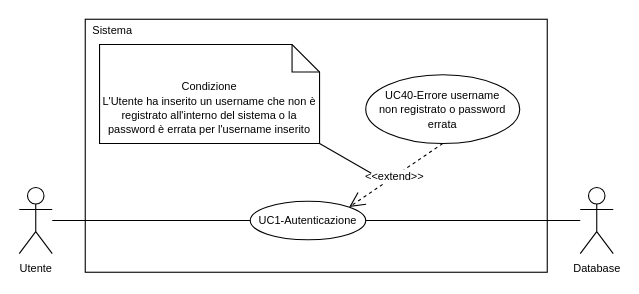
Above: 2-RTB/Documenti_esterni/Analisi_dei_requisiti/draw.io/UC1.drawio in SnakeByteTeam/snakebyteteam.github.io (draw.io), before the change. Source tidied: cells renumbered, new cells numbered last; positions are measured from the earlier drawing's top-left corner, leaving out a move shared by most shapes. Both pictures are drawn from the tidied source at 110%, with x=0, y=0 at pixel (19, 19).
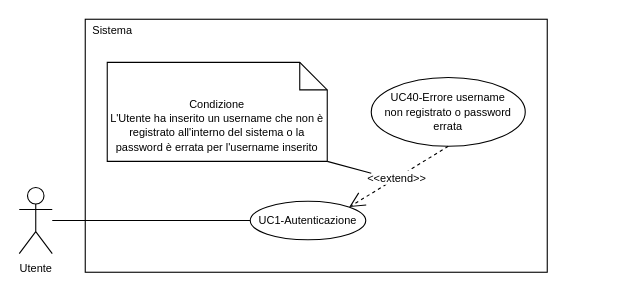
The same page after the edit.

Change to the diagram source:
```diff
@@
 <mxGraphModel>
   <root>
     <mxCell id="0" />
     <mxCell id="1" parent="0" />
     <mxCell id="2" value="&lt;div style=&quot;line-height: 100%;&quot;&gt;&lt;div&gt;&lt;font style=&quot;font-size: 10px; line-height: 100%;&quot;&gt;Utente&lt;/font&gt;&lt;/div&gt;&lt;/div&gt;" style="shape=umlActor;verticalLabelPosition=bottom;verticalAlign=top;html=1;outlineConnect=0;" parent="1" vertex="1">
       <mxGeometry y="153" width="30" height="60" as="geometry" />
     </mxCell>
     <mxCell id="3" style="rounded=0;whiteSpace=wrap;html=1;" parent="1" vertex="1">
       <mxGeometry x="60" width="420" height="230" as="geometry" />
     </mxCell>
     <mxCell id="4" style="rounded=0;jettySize=auto;html=1;exitX=0;exitY=0.5;exitDx=0;exitDy=0;endArrow=none;endFill=0;" parent="1" edge="1" source="5" target="2">
       <mxGeometry relative="1" as="geometry" />
     </mxCell>
     <mxCell id="5" value="&lt;div style=&quot;line-height: 140%;&quot;&gt;&lt;font style=&quot;font-size: 10px; line-height: 100%;&quot;&gt;UC1-Autenticazione&lt;/font&gt;&lt;/div&gt;" style="ellipse;whiteSpace=wrap;html=1;" parent="1" vertex="1">
       <mxGeometry x="210" y="165.5" width="105" height="35" as="geometry" />
     </mxCell>
     <mxCell id="6" value="&lt;font style=&quot;font-size: 10px; line-height: 100%;&quot;&gt;Sistema&lt;/font&gt;" style="text;html=1;whiteSpace=wrap;strokeColor=none;fillColor=none;align=center;verticalAlign=middle;rounded=0;" parent="1" vertex="1">
       <mxGeometry x="60" width="50" height="20" as="geometry" />
     </mxCell>
     <mxCell id="7" value="&lt;div style=&quot;line-height: 100%;&quot;&gt;&lt;font style=&quot;font-size: 10px;&quot;&gt;UC40-Errore username&lt;/font&gt;&lt;div&gt;&lt;font style=&quot;font-size: 10px;&quot;&gt;non registrato o password&lt;/font&gt;&lt;/div&gt;&lt;div&gt;&lt;font style=&quot;font-size: 10px;&quot;&gt;errata&lt;/font&gt;&lt;/div&gt;&lt;/div&gt;" style="ellipse;whiteSpace=wrap;html=1;" parent="1" vertex="1">
-      <mxGeometry x="315" y="50.5" width="140" height="62.5" as="geometry" />
+      <mxGeometry x="320" y="53" width="140" height="62.5" as="geometry" />
     </mxCell>
     <mxCell id="8" value="&lt;font style=&quot;font-size: 10px; line-height: 100%;&quot;&gt;&amp;lt;&amp;lt;extend&amp;gt;&amp;gt;&lt;/font&gt;" style="endArrow=open;endSize=12;dashed=1;html=1;rounded=0;exitX=0.5;exitY=1;exitDx=0;exitDy=0;entryX=1;entryY=0;entryDx=0;entryDy=0;" parent="1" edge="1" source="7" target="5">
       <mxGeometry x="0.04" relative="1" as="geometry" />
     </mxCell>
     <mxCell id="9" style="rounded=0;jettySize=auto;html=1;endArrow=none;endFill=0;exitX=1;exitY=1;exitDx=0;exitDy=0;exitPerimeter=0;" parent="1" edge="1" source="10">
       <mxGeometry relative="1" as="geometry">
         <mxPoint x="320" y="140" as="targetPoint" />
       </mxGeometry>
     </mxCell>
     <mxCell id="10" value="&lt;div style=&quot;line-height: 100%;&quot;&gt;&lt;font style=&quot;font-size: 10px;&quot;&gt;Condizione&lt;/font&gt;&lt;div&gt;&lt;font style=&quot;font-size: 10px;&quot;&gt;L'Utente ha inserito un username che non è registrato all'interno del sistema o la password è errata per l'username inserito&lt;/font&gt;&lt;/div&gt;&lt;/div&gt;" style="shape=note2;boundedLbl=1;whiteSpace=wrap;html=1;size=25;verticalAlign=top;align=center;" parent="1" vertex="1">
-      <mxGeometry x="73" y="23" width="200" height="90" as="geometry" />
+      <mxGeometry x="80" y="39.2" width="200" height="90" as="geometry" />
     </mxCell>
-    <mxCell id="11" style="rounded=0;jettySize=auto;html=1;entryX=1;entryY=0.5;entryDx=0;entryDy=0;endArrow=none;endFill=0;" parent="1" edge="1" source="12" target="5">
-      <mxGeometry relative="1" as="geometry" />
-    </mxCell>
-    <mxCell id="12" value="&lt;div style=&quot;line-height: 100%;&quot;&gt;&lt;div&gt;&lt;font style=&quot;font-size: 10px; line-height: 100%;&quot;&gt;Database&lt;/font&gt;&lt;/div&gt;&lt;/div&gt;" style="shape=umlActor;verticalLabelPosition=bottom;verticalAlign=top;html=1;outlineConnect=0;" parent="1" vertex="1">
-      <mxGeometry x="510" y="153" width="30" height="60" as="geometry" />
-    </mxCell>
   </root>
 </mxGraphModel>
```
